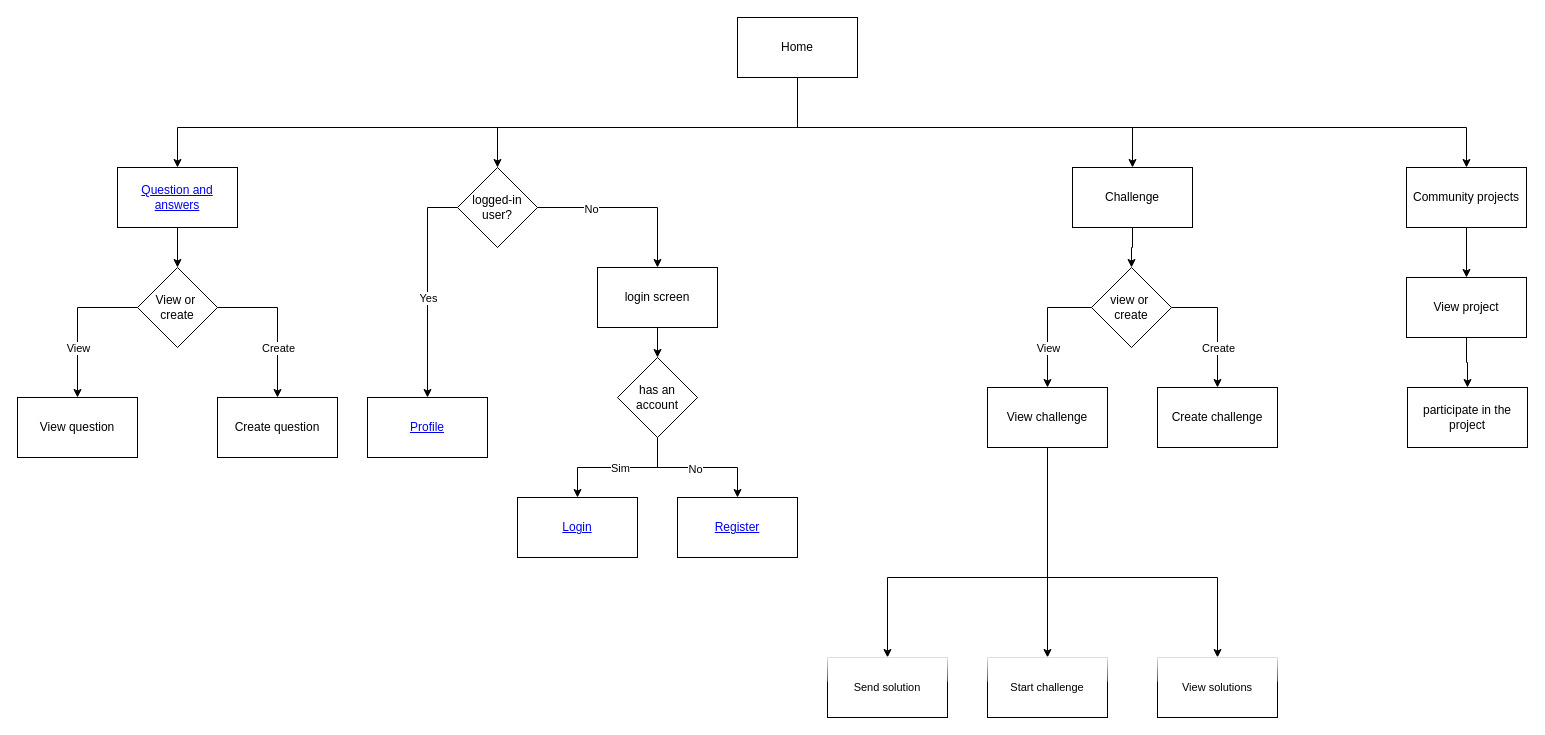
Before: page "Navegação" (1 of 5) of Diagrama sem nome.drawio in Mined-Development-Company/Community, a draw.io diagram. Source tidied: cells renumbered, new cells numbered last; positions are measured from the earlier drawing's top-left corner, leaving out a move shared by most shapes. Both pictures are drawn from the tidied source at 100%, with x=0, y=0 at pixel (17, 17).
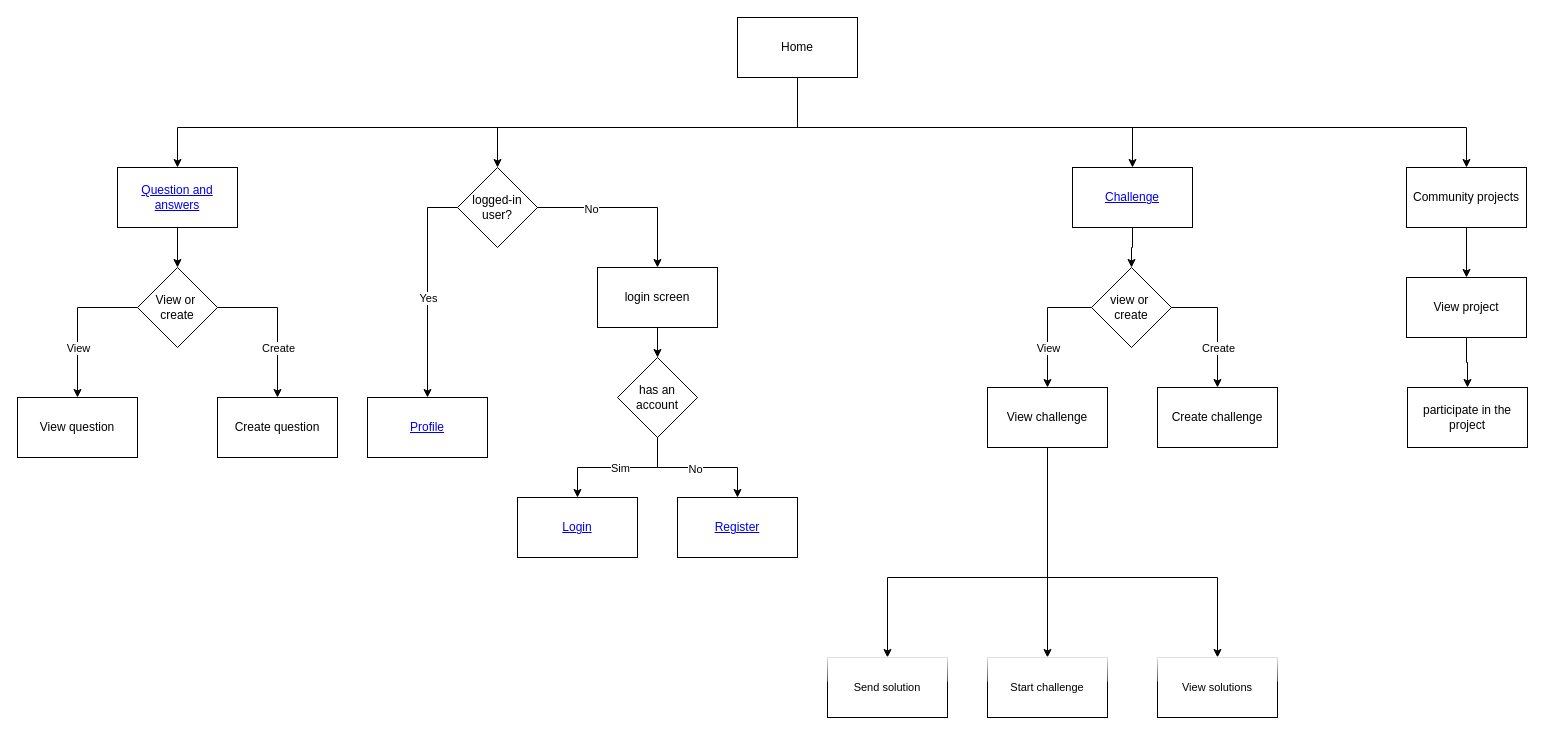
After the change.

Commit message:
Atualização do fluxo de navegação

The edit, as a diff of the source:
```diff
@@
-    <mxCell id="18" value="Challenge" style="rounded=0;whiteSpace=wrap;html=1;" parent="1" vertex="1">
+    <mxCell id="18" value="&lt;a href=&quot;data:page/id,rlw_fzk-YLU2rBU3bnKh&quot;&gt;Challenge&lt;/a&gt;" style="rounded=0;whiteSpace=wrap;html=1;" parent="1" vertex="1">
       <mxGeometry x="1055" y="150" width="120" height="60" as="geometry" />
     </mxCell>
```
